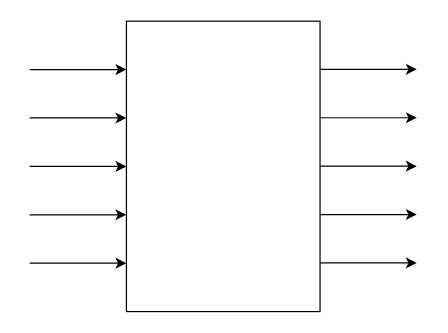
Earlier version of the draw.io diagram FIFO.drawio (106210049/Synchronous-FIFO-memory-with-Verilog). Source tidied: cells renumbered, new cells numbered last; positions are measured from the earlier drawing's top-left corner, leaving out a move shared by most shapes. Both pictures are drawn from the tidied source at 121%, with x=0, y=0 at pixel (29, 21).
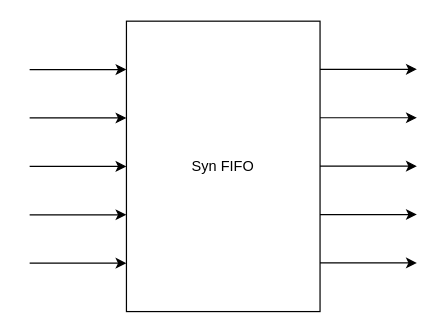
The same diagram, later.

Diff of the diagram source:
```diff
@@
-    <mxCell id="2" style="rounded=0;whiteSpace=wrap;html=1;" parent="1" vertex="1">
+    <mxCell id="2" value="Syn FIFO" style="rounded=0;whiteSpace=wrap;html=1;" parent="1" vertex="1">
       <mxGeometry x="80" width="160" height="240" as="geometry" />
     </mxCell>
```
